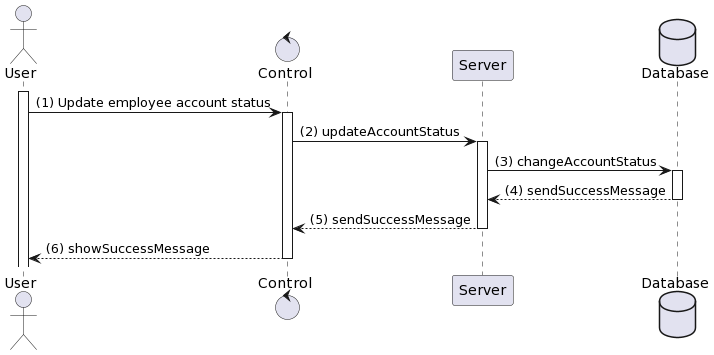
Above: Lab 1/Lab 1.2/sequence_diagram/employee_management/activate_deactivate_account.png in H1eu69/SE357-Pratice-class (PlantUML), before the change. Its diagram source:
```plantuml
@startuml
actor User
control "Control" as C
participant "Server" as S
database Database

activate User
User -> C: (1) Update employee account status
activate C
C -> S: (2) updateAccountStatus
activate S
S -> Database: (3) changeAccountStatus
activate Database
Database --> S: (4) sendSuccessMessage
deactivate Database
S --> C: (5) sendSuccessMessage
deactivate S
C --> User: (6) showSuccessMessage
deactivate C
@enduml
```
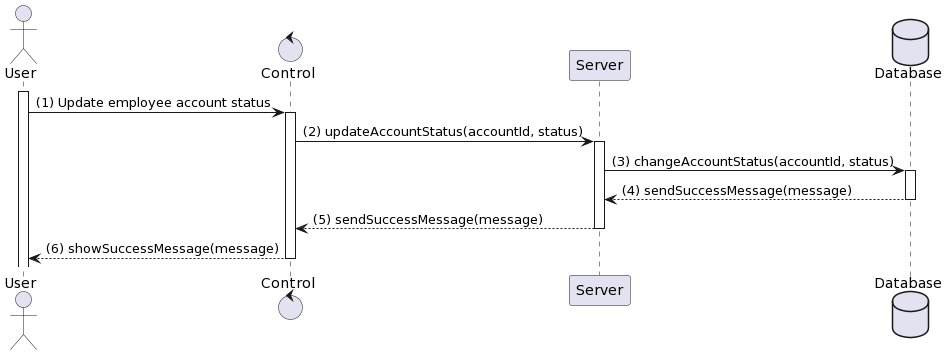
Above is the later version.

Diff of the diagram source:
```diff
@@ -7,14 +7,14 @@
 activate User
 User -> C: (1) Update employee account status
 activate C
-C -> S: (2) updateAccountStatus
+C -> S: (2) updateAccountStatus(accountId, status)
 activate S
-S -> Database: (3) changeAccountStatus
+S -> Database: (3) changeAccountStatus(accountId, status)
 activate Database
-Database --> S: (4) sendSuccessMessage
+Database --> S: (4) sendSuccessMessage(message)
 deactivate Database
-S --> C: (5) sendSuccessMessage
+S --> C: (5) sendSuccessMessage(message)
 deactivate S
-C --> User: (6) showSuccessMessage
+C --> User: (6) showSuccessMessage(message)
 deactivate C
 @enduml
```
